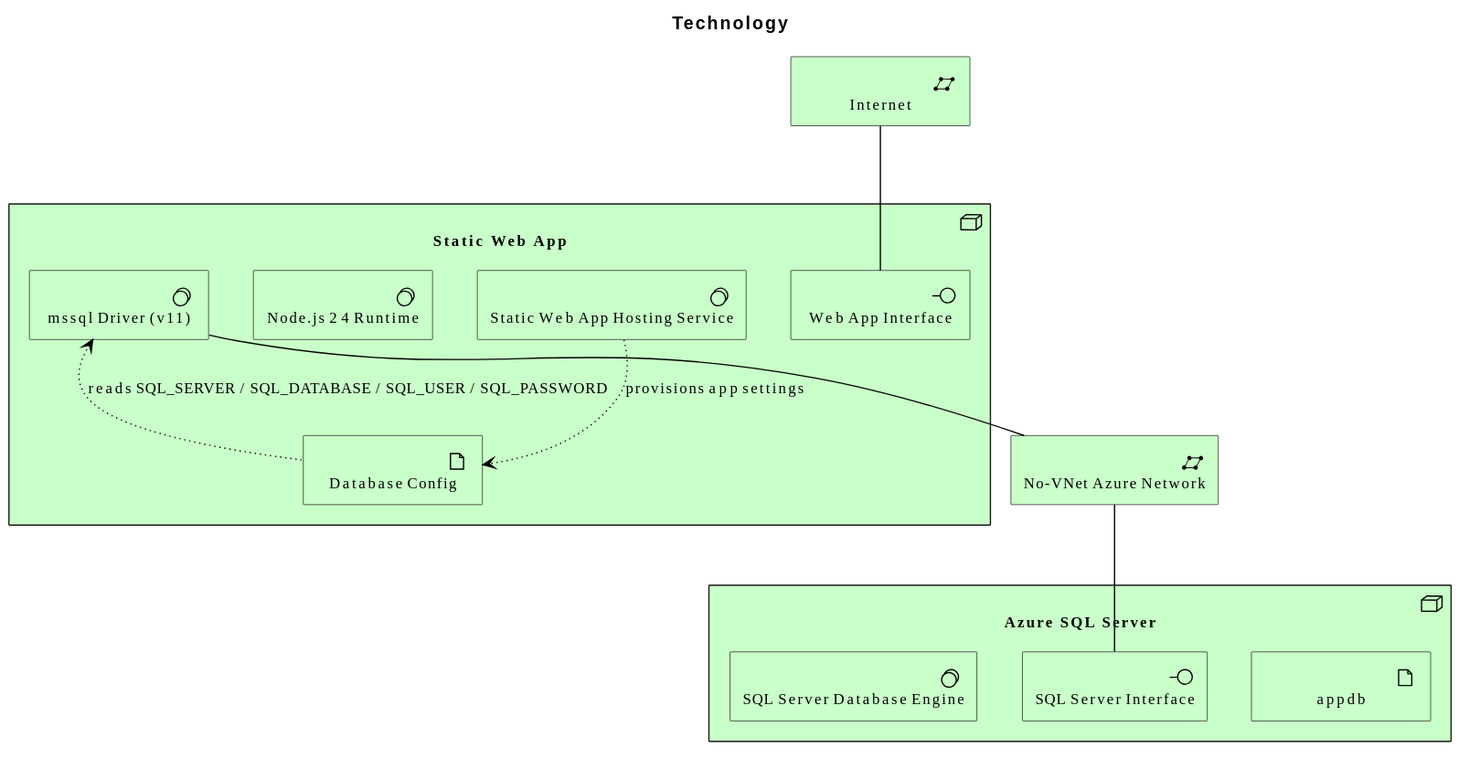
Earlier version of the PlantUML export diagrams/technology/overview.svg (wolffy-au/frictionless-sample-azure).
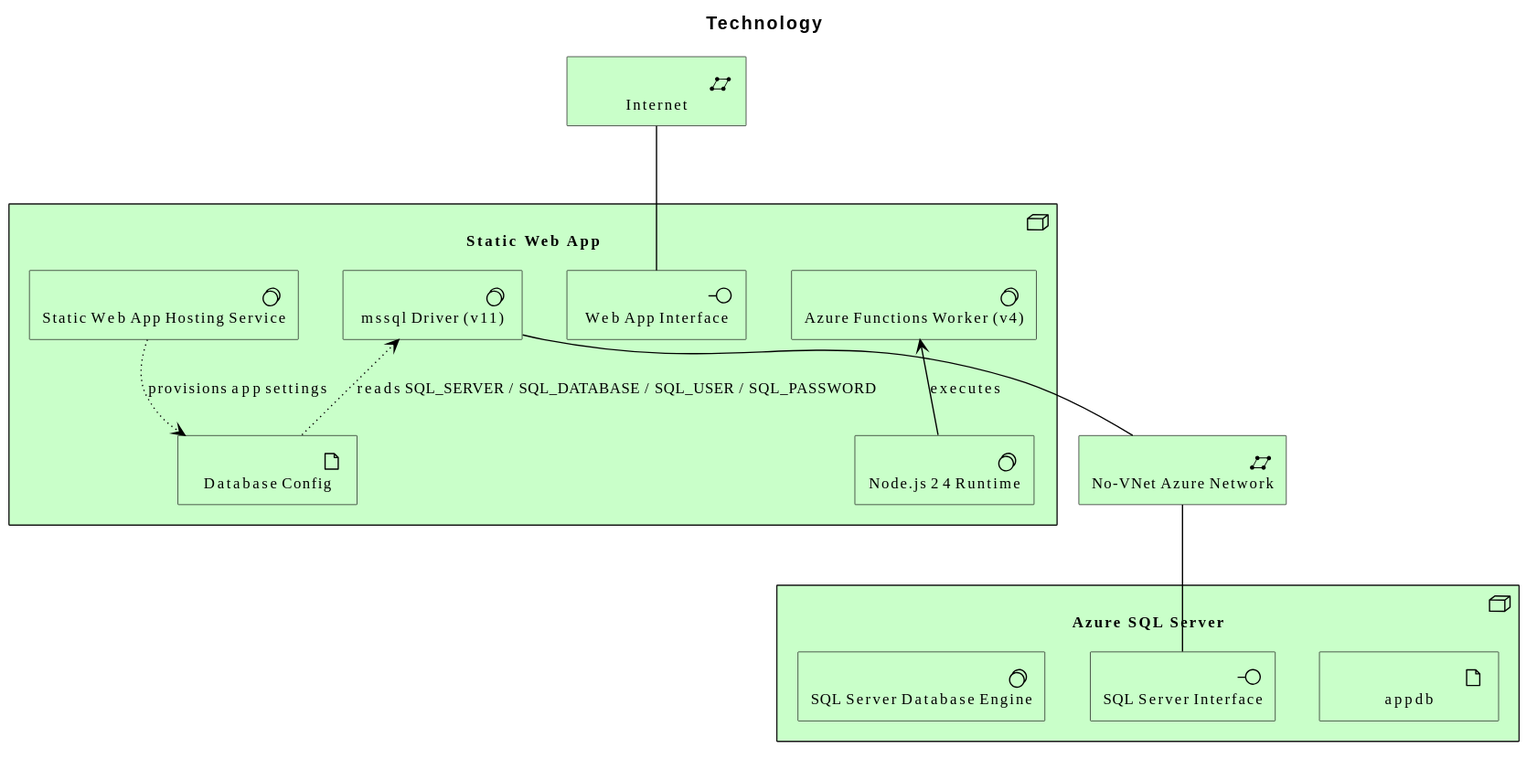
The same file after the commit.

Commit message:
feat(architecture): model sample-azure's Azure Functions Worker binding

What changed in the source:
```diff
@@ -8,6 +8,7 @@
   Technology_Interface(e_id33cc192ee35e5b, "Web App Interface")
   Technology_SystemSoftware(e_id3b81282895f35e, "Static Web App Hosting Service")
   Technology_SystemSoftware(e_id0d25a940b29254, "Node.js 24 Runtime")
+  Technology_SystemSoftware(e_id5855479862f653, "Azure Functions Worker (v4)")
   Technology_SystemSoftware(e_id4c5fc1cbb2f459, "mssql Driver (v11)")
 }
 Technology_Node(e_idd447595fb73a5f, "Azure SQL Server") {
@@ -21,6 +22,7 @@
 Rel_Association(e_id454e7b903b8357, e_id33cc192ee35e5b, "")
 Rel_Association(e_id5deb57760c7b5f, e_id76a7034dd9ab53, "")
 Rel_Access_w(e_id3b81282895f35e, e_id1ee4629338065d, "provisions app settings")
+Rel_Serving_Up(e_id0d25a940b29254, e_id5855479862f653, "executes")
 Rel_Association(e_id4c5fc1cbb2f459, e_id5deb57760c7b5f, "")
 Rel_Access_r(e_id4c5fc1cbb2f459, e_id1ee4629338065d, "reads SQL_SERVER / SQL_DATABASE / SQL_USER / SQL_PASSWORD")
 @enduml
```
